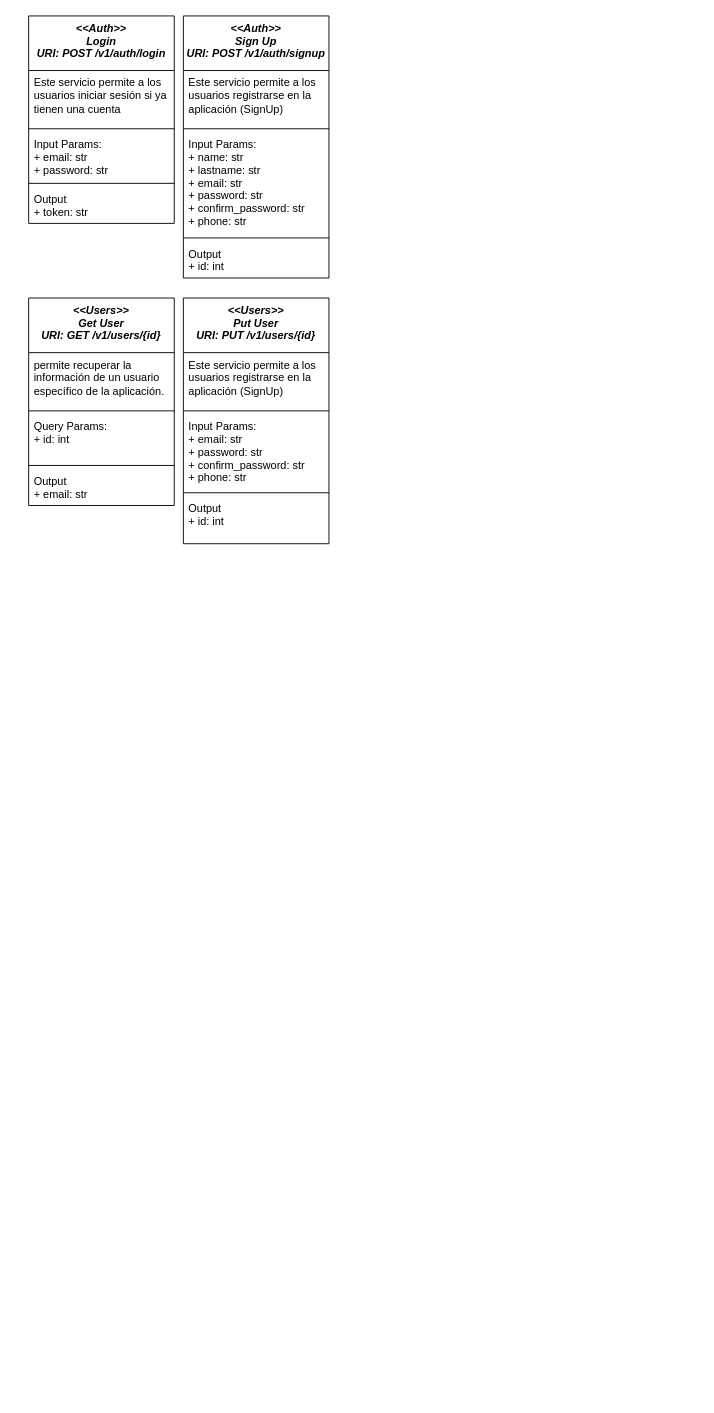
Camilapinz18/artesaniastt keeps this draw.io diagram as ServiciosArtesanias.drawio. Above is the earlier version. Source tidied: cells renumbered, new cells numbered last; positions are measured from the earlier drawing's top-left corner, leaving out a move shared by most shapes. Both pictures are drawn from the tidied source at 91%, with x=0, y=0 at pixel (28, 15).
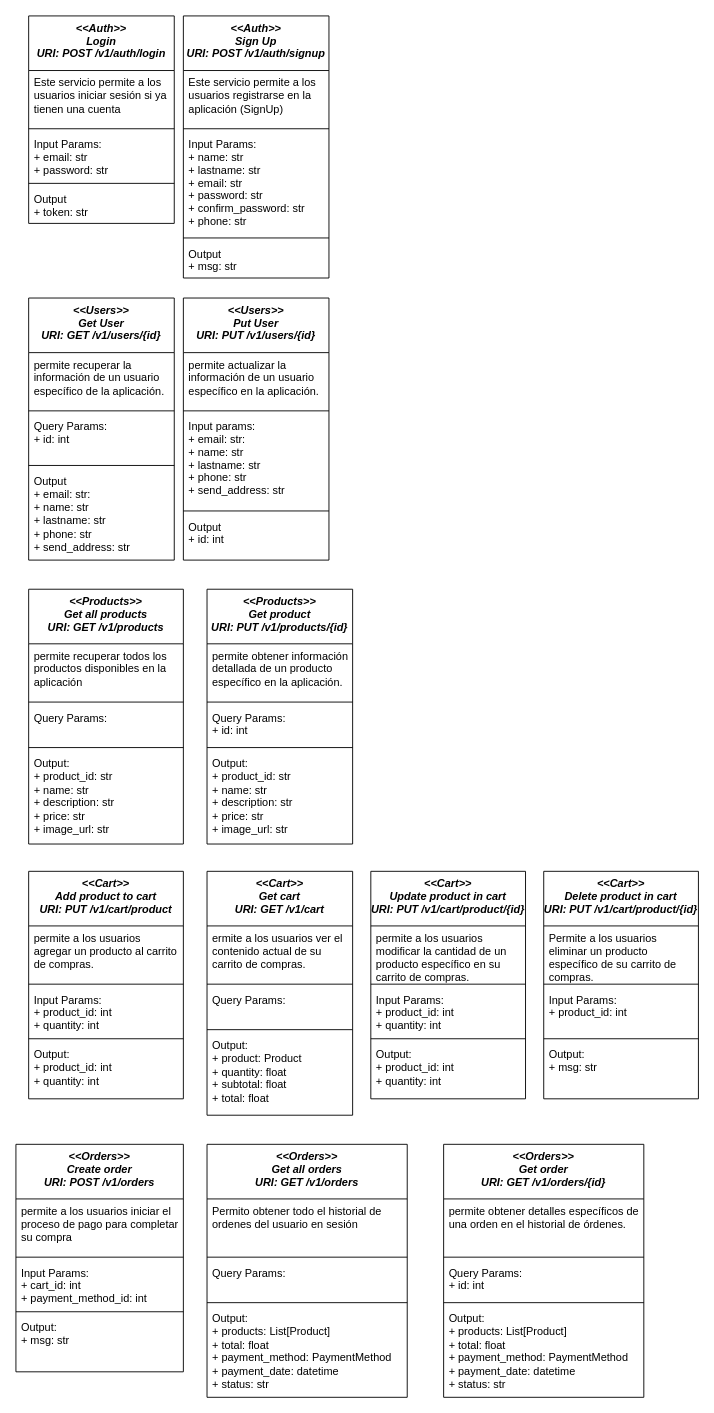
Above is the later version.

Unchanged cells that the change refers to:
```xml
<mxCell id="8" value="&lt;&lt;Auth&gt;&gt;&#10;Sign Up&#10;URI: POST /v1/auth/signup" style="swimlane;fontStyle=3;align=center;verticalAlign=top;horizontal=1;startSize=60;rounded=0;shadow=0;strokeWidth=1;" parent="1" vertex="1">
  <mxGeometry x="170" width="160" height="288" as="geometry" />
</mxCell>
```

The edit, as a diff of the source:
```diff
@@
-    <mxCell id="13" value="Output&lt;br style=&quot;padding: 0px; margin: 0px;&quot;&gt;+ id: int" style="text;html=1;align=left;verticalAlign=top;strokeColor=none;fillColor=none;spacingLeft=4;spacingRight=4;" parent="8" vertex="1">
+    <mxCell id="13" value="Output&lt;br style=&quot;padding: 0px; margin: 0px;&quot;&gt;+ msg: str" style="text;html=1;align=left;verticalAlign=top;strokeColor=none;fillColor=none;spacingLeft=4;spacingRight=4;" parent="8" vertex="1">
       <mxGeometry y="248" width="160" height="40" as="geometry" />
     </mxCell>
     <mxCell id="14" value="&lt;&lt;Users&gt;&gt;&#10;Get User&#10;URI: GET /v1/users/{id}" style="swimlane;fontStyle=3;align=center;verticalAlign=top;horizontal=1;startSize=60;rounded=0;shadow=0;strokeWidth=1;" parent="1" vertex="1">
-      <mxGeometry y="310" width="160" height="228" as="geometry" />
+      <mxGeometry y="310" width="160" height="288" as="geometry" />
     </mxCell>
@@
-    <mxCell id="19" value="Output&lt;br style=&quot;padding: 0px; margin: 0px;&quot;&gt;+ email: str" style="text;html=1;align=left;verticalAlign=top;strokeColor=none;fillColor=none;spacingLeft=4;spacingRight=4;" parent="14" vertex="1">
-      <mxGeometry y="188" width="160" height="40" as="geometry" />
+    <mxCell id="19" value="Output&lt;br style=&quot;padding: 0px; margin: 0px;&quot;&gt;+ email: str&lt;span style=&quot;background-color: initial;&quot;&gt;:&lt;/span&gt;&lt;div&gt;+ name: str&lt;br style=&quot;padding: 0px; margin: 0px;&quot;&gt;+ lastname: str&lt;br style=&quot;padding: 0px; margin: 0px;&quot;&gt;+ phone: str&lt;br&gt;&lt;/div&gt;&lt;div&gt;+ send_address: str&lt;/div&gt;" style="text;html=1;align=left;verticalAlign=top;strokeColor=none;fillColor=none;spacingLeft=4;spacingRight=4;" parent="14" vertex="1">
+      <mxGeometry y="188" width="160" height="100" as="geometry" />
     </mxCell>
     <mxCell id="20" value="&lt;&lt;Users&gt;&gt;&#10;Put User&#10;URI: PUT /v1/users/{id}" style="swimlane;fontStyle=3;align=center;verticalAlign=top;horizontal=1;startSize=60;rounded=0;shadow=0;strokeWidth=1;" parent="1" vertex="1">
-      <mxGeometry x="170" y="310" width="160" height="270" as="geometry" />
+      <mxGeometry x="170" y="310" width="160" height="288" as="geometry" />
     </mxCell>
-    <mxCell id="21" value="Este servicio permite a los usuarios registrarse en la aplicación (SignUp)" style="text;align=left;verticalAlign=top;spacingLeft=4;spacingRight=4;overflow=hidden;rounded=0;shadow=0;whiteSpace=wrap;" parent="20" vertex="1">
+    <mxCell id="21" value="permite actualizar la información de un usuario específico en la aplicación. " style="text;align=left;verticalAlign=top;spacingLeft=4;spacingRight=4;overflow=hidden;rounded=0;shadow=0;whiteSpace=wrap;" parent="20" vertex="1">
       <mxGeometry y="60" width="160" height="60" as="geometry" />
     </mxCell>
@@
-    <mxCell id="23" value="Input Params:&#10;+ email: str&#10;+ password: str&#10;+ confirm_password: str&#10;+ phone: str" style="text;align=left;verticalAlign=top;spacingLeft=4;spacingRight=4;overflow=hidden;" parent="20" vertex="1">
-      <mxGeometry y="128" width="160" height="82" as="geometry" />
+    <mxCell id="23" value="Input params:&#10;+ email: str:&#10;+ name: str&#10;+ lastname: str&#10;+ phone: str&#10;+ send_address: str" style="text;align=left;verticalAlign=top;spacingLeft=4;spacingRight=4;overflow=hidden;" parent="20" vertex="1">
+      <mxGeometry y="128" width="160" height="102" as="geometry" />
     </mxCell>
     <mxCell id="24" style="line;html=1;strokeWidth=1;align=left;verticalAlign=middle;spacingTop=-1;spacingLeft=3;spacingRight=3;labelPosition=right;" parent="20" vertex="1">
-      <mxGeometry y="210" width="160" height="8" as="geometry" />
+      <mxGeometry y="230" width="160" height="8" as="geometry" />
     </mxCell>
     <mxCell id="25" value="Output&lt;br style=&quot;padding: 0px; margin: 0px;&quot;&gt;+ id: int" style="text;html=1;align=left;verticalAlign=top;strokeColor=none;fillColor=none;spacingLeft=4;spacingRight=4;" parent="20" vertex="1">
-      <mxGeometry y="218" width="160" height="40" as="geometry" />
+      <mxGeometry y="238" width="160" height="40" as="geometry" />
     </mxCell>
+    <mxCell id="26" value="&lt;&lt;Products&gt;&gt;&#10;Get all products&#10;URI: GET /v1/products" style="swimlane;fontStyle=3;align=center;verticalAlign=top;horizontal=1;startSize=60;rounded=0;shadow=0;strokeWidth=1;" parent="1" vertex="1">
+      <mxGeometry y="630" width="170" height="280" as="geometry" />
+    </mxCell>
+    <mxCell id="27" value="permite recuperar todos los productos disponibles en la aplicación" style="text;align=left;verticalAlign=top;spacingLeft=4;spacingRight=4;overflow=hidden;rounded=0;shadow=0;whiteSpace=wrap;" parent="26" vertex="1">
+      <mxGeometry y="60" width="170" height="60" as="geometry" />
+    </mxCell>
+    <mxCell id="28" style="line;html=1;strokeWidth=1;align=left;verticalAlign=middle;spacingTop=-1;spacingLeft=3;spacingRight=3;labelPosition=right;" parent="26" vertex="1">
+      <mxGeometry y="120" width="170" height="8" as="geometry" />
+    </mxCell>
+    <mxCell id="29" value="Query Params:&#10;" style="text;align=left;verticalAlign=top;spacingLeft=4;spacingRight=4;overflow=hidden;" parent="26" vertex="1">
+      <mxGeometry y="128" width="170" height="42" as="geometry" />
+    </mxCell>
+    <mxCell id="30" style="line;html=1;strokeWidth=1;align=left;verticalAlign=middle;spacingTop=-1;spacingLeft=3;spacingRight=3;labelPosition=right;" parent="26" vertex="1">
+      <mxGeometry y="170" width="170" height="8" as="geometry" />
+    </mxCell>
+    <mxCell id="31" value="&lt;div&gt;Output:&lt;/div&gt;&lt;div&gt;&lt;div&gt;+ product_id: str&lt;/div&gt;&lt;div&gt;+ name: str&lt;/div&gt;&lt;div&gt;+ description: str&lt;/div&gt;&lt;div&gt;+ price: str&lt;/div&gt;&lt;div&gt;+ image_url: str&lt;/div&gt;&lt;/div&gt;" style="text;html=1;align=left;verticalAlign=top;strokeColor=none;fillColor=none;spacingLeft=4;spacingRight=4;fontColor=default;labelBackgroundColor=none;" parent="26" vertex="1">
+      <mxGeometry y="178" width="170" height="100" as="geometry" />
+    </mxCell>
+    <mxCell id="32" value="&lt;&lt;Products&gt;&gt;&#10;Get product&#10;URI: PUT /v1/products/{id}" style="swimlane;fontStyle=3;align=center;verticalAlign=top;horizontal=1;startSize=60;rounded=0;shadow=0;strokeWidth=1;" parent="1" vertex="1">
+      <mxGeometry x="196" y="630" width="160" height="280" as="geometry" />
+    </mxCell>
+    <mxCell id="33" value="permite obtener información detallada de un producto específico en la aplicación. " style="text;align=left;verticalAlign=top;spacingLeft=4;spacingRight=4;overflow=hidden;rounded=0;shadow=0;whiteSpace=wrap;" parent="32" vertex="1">
+      <mxGeometry y="60" width="160" height="60" as="geometry" />
+    </mxCell>
+    <mxCell id="34" style="line;html=1;strokeWidth=1;align=left;verticalAlign=middle;spacingTop=-1;spacingLeft=3;spacingRight=3;labelPosition=right;" parent="32" vertex="1">
+      <mxGeometry y="120" width="160" height="8" as="geometry" />
+    </mxCell>
+    <mxCell id="35" value="Query Params:&#10;+ id: int" style="text;align=left;verticalAlign=top;spacingLeft=4;spacingRight=4;overflow=hidden;" parent="32" vertex="1">
+      <mxGeometry y="128" width="160" height="42" as="geometry" />
+    </mxCell>
+    <mxCell id="36" style="line;html=1;strokeWidth=1;align=left;verticalAlign=middle;spacingTop=-1;spacingLeft=3;spacingRight=3;labelPosition=right;" parent="32" vertex="1">
+      <mxGeometry y="170" width="160" height="8" as="geometry" />
+    </mxCell>
+    <mxCell id="37" value="&lt;div&gt;Output:&lt;/div&gt;&lt;div&gt;&lt;div&gt;+ product_id: str&lt;/div&gt;&lt;div&gt;+ name: str&lt;/div&gt;&lt;div&gt;+ description: str&lt;/div&gt;&lt;div&gt;+ price: str&lt;/div&gt;&lt;div&gt;+ image_url: str&lt;/div&gt;&lt;/div&gt;" style="text;html=1;align=left;verticalAlign=top;strokeColor=none;fillColor=none;spacingLeft=4;spacingRight=4;" parent="32" vertex="1">
+      <mxGeometry y="178" width="160" height="100" as="geometry" />
+    </mxCell>
+    <mxCell id="38" value="&lt;&lt;Cart&gt;&gt;&#10;Add product to cart&#10;URI: PUT /v1/cart/product" style="swimlane;fontStyle=3;align=center;verticalAlign=top;horizontal=1;startSize=60;rounded=0;shadow=0;strokeWidth=1;" parent="1" vertex="1">
+      <mxGeometry y="940" width="170" height="250" as="geometry" />
+    </mxCell>
+    <mxCell id="39" value="permite a los usuarios agregar un producto al carrito de compras. " style="text;align=left;verticalAlign=top;spacingLeft=4;spacingRight=4;overflow=hidden;rounded=0;shadow=0;whiteSpace=wrap;" parent="38" vertex="1">
+      <mxGeometry y="60" width="170" height="60" as="geometry" />
+    </mxCell>
+    <mxCell id="40" style="line;html=1;strokeWidth=1;align=left;verticalAlign=middle;spacingTop=-1;spacingLeft=3;spacingRight=3;labelPosition=right;" parent="38" vertex="1">
+      <mxGeometry y="120" width="170" height="8" as="geometry" />
+    </mxCell>
+    <mxCell id="41" value="Input Params:&#10;+ product_id: int&#10;+ quantity: int" style="text;align=left;verticalAlign=top;spacingLeft=4;spacingRight=4;overflow=hidden;" parent="38" vertex="1">
+      <mxGeometry y="128" width="170" height="52" as="geometry" />
+    </mxCell>
+    <mxCell id="42" style="line;html=1;strokeWidth=1;align=left;verticalAlign=middle;spacingTop=-1;spacingLeft=3;spacingRight=3;labelPosition=right;" parent="38" vertex="1">
+      <mxGeometry y="180" width="170" height="8" as="geometry" />
+    </mxCell>
+    <mxCell id="43" value="Output:&lt;br style=&quot;padding: 0px; margin: 0px;&quot;&gt;+ product_id: int&lt;br style=&quot;padding: 0px; margin: 0px;&quot;&gt;+ quantity: int" style="text;html=1;align=left;verticalAlign=top;strokeColor=none;fillColor=none;spacingLeft=4;spacingRight=4;fontColor=default;labelBackgroundColor=none;" parent="38" vertex="1">
+      <mxGeometry y="188" width="170" height="60" as="geometry" />
+    </mxCell>
+    <mxCell id="44" value="&lt;&lt;Cart&gt;&gt;&#10;Get cart&#10;URI: GET /v1/cart" style="swimlane;fontStyle=3;align=center;verticalAlign=top;horizontal=1;startSize=60;rounded=0;shadow=0;strokeWidth=1;" parent="1" vertex="1">
+      <mxGeometry x="196" y="940" width="160" height="268" as="geometry" />
+    </mxCell>
+    <mxCell id="45" value="ermite a los usuarios ver el contenido actual de su carrito de compras." style="text;align=left;verticalAlign=top;spacingLeft=4;spacingRight=4;overflow=hidden;rounded=0;shadow=0;whiteSpace=wrap;" parent="44" vertex="1">
+      <mxGeometry y="60" width="160" height="60" as="geometry" />
+    </mxCell>
+    <mxCell id="46" style="line;html=1;strokeWidth=1;align=left;verticalAlign=middle;spacingTop=-1;spacingLeft=3;spacingRight=3;labelPosition=right;" parent="44" vertex="1">
+      <mxGeometry y="120" width="160" height="8" as="geometry" />
+    </mxCell>
+    <mxCell id="47" value="Query Params:&#10;" style="text;align=left;verticalAlign=top;spacingLeft=4;spacingRight=4;overflow=hidden;" parent="44" vertex="1">
+      <mxGeometry y="128" width="160" height="42" as="geometry" />
+    </mxCell>
+    <mxCell id="48" style="line;html=1;strokeWidth=1;align=left;verticalAlign=middle;spacingTop=-1;spacingLeft=3;spacingRight=3;labelPosition=right;" parent="44" vertex="1">
+      <mxGeometry y="170" width="160" height="8" as="geometry" />
+    </mxCell>
+    <mxCell id="49" value="&lt;div&gt;Output:&lt;/div&gt;&lt;div&gt;&lt;div&gt;+ product: Product&lt;/div&gt;&lt;div&gt;+ quantity: float&lt;br&gt;&lt;/div&gt;&lt;div&gt;+ subtotal: float&lt;/div&gt;&lt;/div&gt;&lt;div&gt;+ total: float&lt;/div&gt;" style="text;html=1;align=left;verticalAlign=top;strokeColor=none;fillColor=none;spacingLeft=4;spacingRight=4;" parent="44" vertex="1">
+      <mxGeometry y="178" width="160" height="90" as="geometry" />
+    </mxCell>
+    <mxCell id="50" value="&lt;&lt;Cart&gt;&gt;&#10;Update product in cart&#10;URI: PUT /v1/cart/product/{id}" style="swimlane;fontStyle=3;align=center;verticalAlign=top;horizontal=1;startSize=60;rounded=0;shadow=0;strokeWidth=1;" parent="1" vertex="1">
+      <mxGeometry x="376" y="940" width="170" height="250" as="geometry" />
+    </mxCell>
+    <mxCell id="51" value="permite a los usuarios modificar la cantidad de un producto específico en su carrito de compras." style="text;align=left;verticalAlign=top;spacingLeft=4;spacingRight=4;overflow=hidden;rounded=0;shadow=0;whiteSpace=wrap;" parent="50" vertex="1">
+      <mxGeometry y="60" width="170" height="60" as="geometry" />
+    </mxCell>
+    <mxCell id="52" style="line;html=1;strokeWidth=1;align=left;verticalAlign=middle;spacingTop=-1;spacingLeft=3;spacingRight=3;labelPosition=right;" parent="50" vertex="1">
+      <mxGeometry y="120" width="170" height="8" as="geometry" />
+    </mxCell>
+    <mxCell id="53" value="Input Params:&#10;+ product_id: int&#10;+ quantity: int" style="text;align=left;verticalAlign=top;spacingLeft=4;spacingRight=4;overflow=hidden;" parent="50" vertex="1">
+      <mxGeometry y="128" width="170" height="52" as="geometry" />
+    </mxCell>
+    <mxCell id="54" style="line;html=1;strokeWidth=1;align=left;verticalAlign=middle;spacingTop=-1;spacingLeft=3;spacingRight=3;labelPosition=right;" parent="50" vertex="1">
+      <mxGeometry y="180" width="170" height="8" as="geometry" />
+    </mxCell>
+    <mxCell id="55" value="Output:&lt;br style=&quot;padding: 0px; margin: 0px;&quot;&gt;+ product_id: int&lt;br style=&quot;padding: 0px; margin: 0px;&quot;&gt;+ quantity: int" style="text;html=1;align=left;verticalAlign=top;strokeColor=none;fillColor=none;spacingLeft=4;spacingRight=4;fontColor=default;labelBackgroundColor=none;" parent="50" vertex="1">
+      <mxGeometry y="188" width="170" height="60" as="geometry" />
+    </mxCell>
+    <mxCell id="56" value="&lt;&lt;Cart&gt;&gt;&#10;Delete product in cart&#10;URI: PUT /v1/cart/product/{id}" style="swimlane;fontStyle=3;align=center;verticalAlign=top;horizontal=1;startSize=60;rounded=0;shadow=0;strokeWidth=1;" parent="1" vertex="1">
+      <mxGeometry x="566" y="940" width="170" height="250" as="geometry" />
+    </mxCell>
+    <mxCell id="57" value="Permite a los usuarios eliminar un producto específico de su carrito de compras." style="text;align=left;verticalAlign=top;spacingLeft=4;spacingRight=4;overflow=hidden;rounded=0;shadow=0;whiteSpace=wrap;" parent="56" vertex="1">
+      <mxGeometry y="60" width="170" height="60" as="geometry" />
+    </mxCell>
+    <mxCell id="58" style="line;html=1;strokeWidth=1;align=left;verticalAlign=middle;spacingTop=-1;spacingLeft=3;spacingRight=3;labelPosition=right;" parent="56" vertex="1">
+      <mxGeometry y="120" width="170" height="8" as="geometry" />
+    </mxCell>
+    <mxCell id="59" value="Input Params:&#10;+ product_id: int" style="text;align=left;verticalAlign=top;spacingLeft=4;spacingRight=4;overflow=hidden;" parent="56" vertex="1">
+      <mxGeometry y="128" width="170" height="52" as="geometry" />
+    </mxCell>
+    <mxCell id="60" style="line;html=1;strokeWidth=1;align=left;verticalAlign=middle;spacingTop=-1;spacingLeft=3;spacingRight=3;labelPosition=right;" parent="56" vertex="1">
+      <mxGeometry y="180" width="170" height="8" as="geometry" />
+    </mxCell>
+    <mxCell id="61" value="Output:&lt;br style=&quot;padding: 0px; margin: 0px;&quot;&gt;+ msg: str" style="text;html=1;align=left;verticalAlign=top;strokeColor=none;fillColor=none;spacingLeft=4;spacingRight=4;fontColor=default;labelBackgroundColor=none;" parent="56" vertex="1">
+      <mxGeometry y="188" width="170" height="40" as="geometry" />
+    </mxCell>
+    <mxCell id="62" value="&lt;&lt;Orders&gt;&gt;&#10;Create order&#10;URI: POST /v1/orders" style="swimlane;fontStyle=3;align=center;verticalAlign=top;horizontal=1;startSize=60;rounded=0;shadow=0;strokeWidth=1;" parent="1" vertex="1">
+      <mxGeometry x="-14" y="1240" width="184" height="250" as="geometry" />
+    </mxCell>
+    <mxCell id="63" value=" permite a los usuarios iniciar el proceso de pago para completar su compra" style="text;align=left;verticalAlign=top;spacingLeft=4;spacingRight=4;overflow=hidden;rounded=0;shadow=0;whiteSpace=wrap;" parent="62" vertex="1">
+      <mxGeometry y="60" width="184" height="60" as="geometry" />
+    </mxCell>
+    <mxCell id="64" style="line;html=1;strokeWidth=1;align=left;verticalAlign=middle;spacingTop=-1;spacingLeft=3;spacingRight=3;labelPosition=right;" parent="62" vertex="1">
+      <mxGeometry y="120" width="184" height="8" as="geometry" />
+    </mxCell>
+    <mxCell id="65" value="Input Params:&#10;+ cart_id: int&#10;+ payment_method_id: int" style="text;align=left;verticalAlign=top;spacingLeft=4;spacingRight=4;overflow=hidden;" parent="62" vertex="1">
+      <mxGeometry y="128" width="184" height="52" as="geometry" />
+    </mxCell>
+    <mxCell id="66" style="line;html=1;strokeWidth=1;align=left;verticalAlign=middle;spacingTop=-1;spacingLeft=3;spacingRight=3;labelPosition=right;" parent="62" vertex="1">
+      <mxGeometry y="180" width="184" height="8" as="geometry" />
+    </mxCell>
+    <mxCell id="67" value="Output:&lt;br style=&quot;padding: 0px; margin: 0px;&quot;&gt;+ msg: str" style="text;html=1;align=left;verticalAlign=top;strokeColor=none;fillColor=none;spacingLeft=4;spacingRight=4;fontColor=default;labelBackgroundColor=none;" parent="62" vertex="1">
+      <mxGeometry y="188" width="184" height="40" as="geometry" />
+    </mxCell>
+    <mxCell id="68" value="&lt;&lt;Orders&gt;&gt;&#10;Get all orders&#10;URI: GET /v1/orders" style="swimlane;fontStyle=3;align=center;verticalAlign=top;horizontal=1;startSize=60;rounded=0;shadow=0;strokeWidth=1;" parent="1" vertex="1">
+      <mxGeometry x="196" y="1240" width="220" height="278" as="geometry" />
+    </mxCell>
+    <mxCell id="69" value="Permito obtener todo el historial de ordenes del usuario en sesión" style="text;align=left;verticalAlign=top;spacingLeft=4;spacingRight=4;overflow=hidden;rounded=0;shadow=0;whiteSpace=wrap;" parent="68" vertex="1">
+      <mxGeometry y="60" width="220" height="60" as="geometry" />
+    </mxCell>
+    <mxCell id="70" style="line;html=1;strokeWidth=1;align=left;verticalAlign=middle;spacingTop=-1;spacingLeft=3;spacingRight=3;labelPosition=right;" parent="68" vertex="1">
+      <mxGeometry y="120" width="220" height="8" as="geometry" />
+    </mxCell>
+    <mxCell id="71" value="Query Params:&#10;" style="text;align=left;verticalAlign=top;spacingLeft=4;spacingRight=4;overflow=hidden;" parent="68" vertex="1">
+      <mxGeometry y="128" width="220" height="42" as="geometry" />
+    </mxCell>
+    <mxCell id="72" style="line;html=1;strokeWidth=1;align=left;verticalAlign=middle;spacingTop=-1;spacingLeft=3;spacingRight=3;labelPosition=right;" parent="68" vertex="1">
+      <mxGeometry y="170" width="220" height="8" as="geometry" />
+    </mxCell>
+    <mxCell id="73" value="&lt;div&gt;Output:&lt;/div&gt;&lt;div&gt;+ products: List[Product]&lt;/div&gt;&lt;div&gt;+ total: float&lt;/div&gt;&lt;div&gt;+ payment_method: PaymentMethod&lt;/div&gt;&lt;div&gt;+ payment_date: datetime&lt;/div&gt;&lt;div&gt;+ status: str&lt;/div&gt;" style="text;html=1;align=left;verticalAlign=top;strokeColor=none;fillColor=none;spacingLeft=4;spacingRight=4;" parent="68" vertex="1">
+      <mxGeometry y="178" width="220" height="100" as="geometry" />
+    </mxCell>
+    <mxCell id="74" value="&lt;&lt;Orders&gt;&gt;&#10;Get order&#10;URI: GET /v1/orders/{id}" style="swimlane;fontStyle=3;align=center;verticalAlign=top;horizontal=1;startSize=60;rounded=0;shadow=0;strokeWidth=1;" parent="1" vertex="1">
+      <mxGeometry x="456" y="1240" width="220" height="278" as="geometry" />
+    </mxCell>
+    <mxCell id="75" value="permite obtener detalles específicos de una orden en el historial de órdenes." style="text;align=left;verticalAlign=top;spacingLeft=4;spacingRight=4;overflow=hidden;rounded=0;shadow=0;whiteSpace=wrap;" parent="74" vertex="1">
+      <mxGeometry y="60" width="220" height="60" as="geometry" />
+    </mxCell>
+    <mxCell id="76" style="line;html=1;strokeWidth=1;align=left;verticalAlign=middle;spacingTop=-1;spacingLeft=3;spacingRight=3;labelPosition=right;" parent="74" vertex="1">
+      <mxGeometry y="120" width="220" height="8" as="geometry" />
+    </mxCell>
+    <mxCell id="77" value="Query Params:&#10;+ id: int" style="text;align=left;verticalAlign=top;spacingLeft=4;spacingRight=4;overflow=hidden;" parent="74" vertex="1">
+      <mxGeometry y="128" width="220" height="42" as="geometry" />
+    </mxCell>
+    <mxCell id="78" style="line;html=1;strokeWidth=1;align=left;verticalAlign=middle;spacingTop=-1;spacingLeft=3;spacingRight=3;labelPosition=right;" parent="74" vertex="1">
+      <mxGeometry y="170" width="220" height="8" as="geometry" />
+    </mxCell>
+    <mxCell id="79" value="&lt;div&gt;Output:&lt;/div&gt;&lt;div&gt;&lt;div&gt;+ products: List[Product]&lt;/div&gt;&lt;/div&gt;&lt;div&gt;+ total: float&lt;/div&gt;&lt;div&gt;+ payment_method: PaymentMethod&lt;/div&gt;&lt;div&gt;+ payment_date: datetime&lt;/div&gt;&lt;div&gt;+ status: str&lt;/div&gt;" style="text;html=1;align=left;verticalAlign=top;strokeColor=none;fillColor=none;spacingLeft=4;spacingRight=4;" parent="74" vertex="1">
+      <mxGeometry y="178" width="220" height="100" as="geometry" />
+    </mxCell>
```
